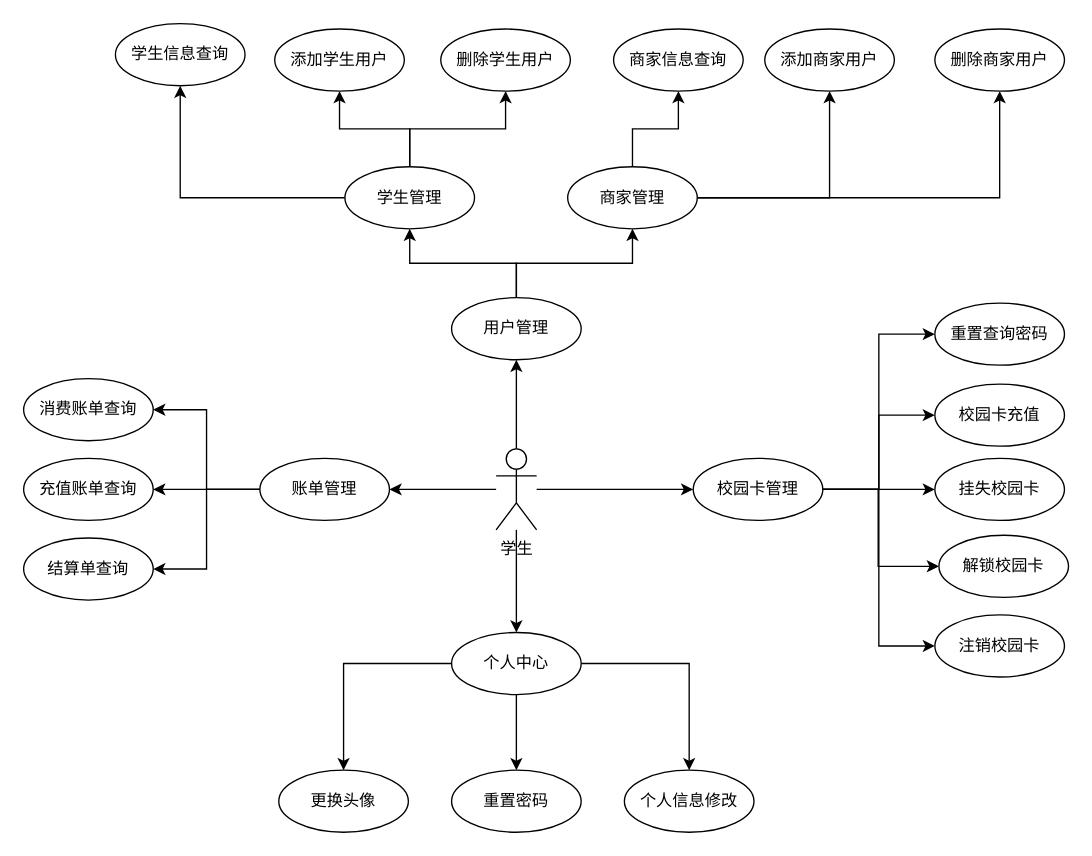
ShiaoYoung/Database-course_design keeps this draw.io diagram as ER-Charts/用例图-学生.drawio. Above is the earlier version. Source tidied: cells renumbered, new cells numbered last; positions are measured from the earlier drawing's top-left corner, leaving out a move shared by most shapes. Both pictures are drawn from the tidied source at 135%, with x=0, y=0 at pixel (23, 23).
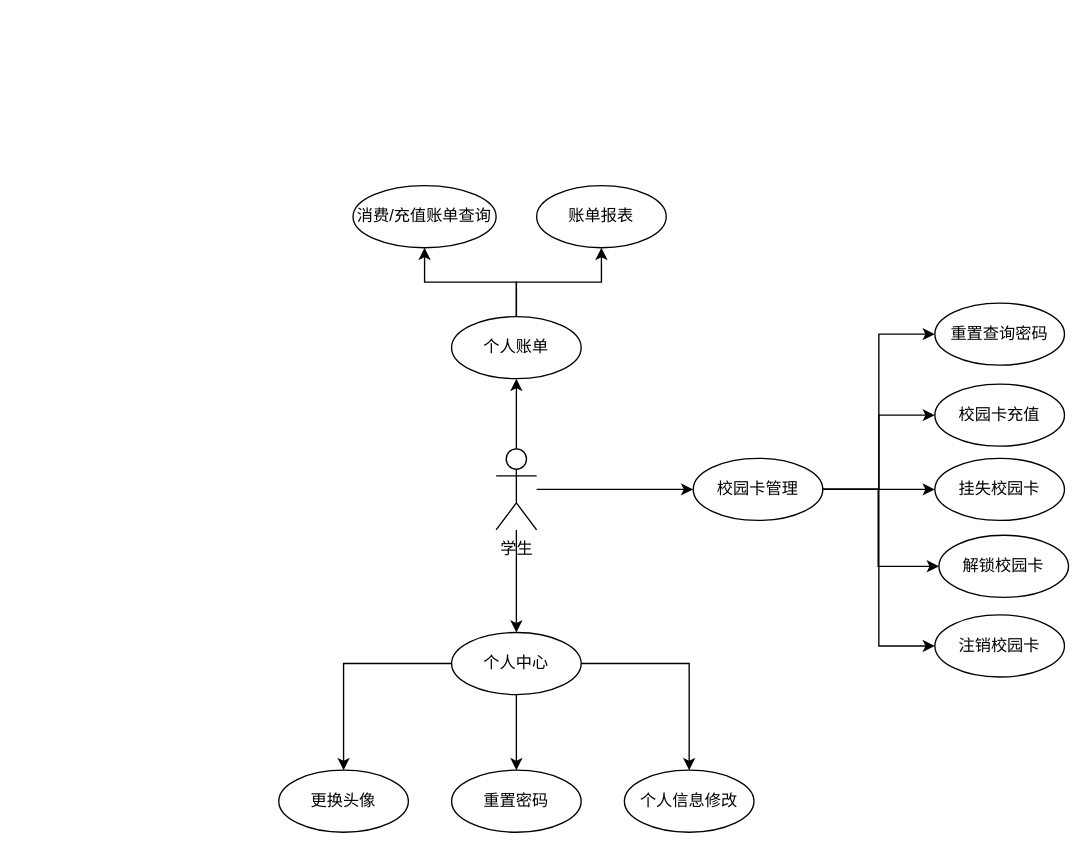
After the change.

Commit message (it also covers changes not shown here):
更新用例图-学生.drawio

Unchanged cells that the change refers to:
```xml
<mxCell id="6" value="学生" style="shape=umlActor;verticalLabelPosition=bottom;verticalAlign=top;html=1;outlineConnect=0;" parent="1" vertex="1">
  <mxGeometry x="350" y="315" width="30" height="60" as="geometry" />
</mxCell>
<mxCell id="46" value="个人中心" style="ellipse;whiteSpace=wrap;html=1;" parent="1" vertex="1">
  <mxGeometry x="317" y="451" width="96" height="46" as="geometry" />
</mxCell>
```

The edit, as a diff of the source:
```diff
@@
-    <mxCell id="3" style="edgeStyle=orthogonalEdgeStyle;rounded=0;jettySize=auto;html=1;entryX=0.5;entryY=1;entryDx=0;entryDy=0;" parent="1" edge="1" source="6" target="9">
-      <mxGeometry relative="1" as="geometry" />
-    </mxCell>
+    <mxCell id="5" style="edgeStyle=orthogonalEdgeStyle;rounded=0;jettySize=auto;html=1;entryX=0.5;entryY=0;entryDx=0;entryDy=0;" parent="1" edge="1" source="6" target="46">
+      <mxGeometry relative="1" as="geometry" />
+    </mxCell>
-    <mxCell id="4" style="edgeStyle=orthogonalEdgeStyle;rounded=0;jettySize=auto;html=1;entryX=1;entryY=0.5;entryDx=0;entryDy=0;" parent="1" edge="1" source="6" target="27">
+    <mxCell id="4" style="edgeStyle=orthogonalEdgeStyle;rounded=0;jettySize=auto;html=1;entryX=0.5;entryY=1;entryDx=0;entryDy=0;" parent="1" edge="1" source="6" target="27">
       <mxGeometry relative="1" as="geometry" />
     </mxCell>
-    <mxCell id="5" style="edgeStyle=orthogonalEdgeStyle;rounded=0;jettySize=auto;html=1;entryX=0.5;entryY=0;entryDx=0;entryDy=0;" parent="1" edge="1" source="6" target="46">
-      <mxGeometry relative="1" as="geometry" />
-    </mxCell>
@@
-    <mxCell id="7" style="edgeStyle=orthogonalEdgeStyle;rounded=0;jettySize=auto;html=1;entryX=0.5;entryY=1;entryDx=0;entryDy=0;" parent="1" edge="1" source="9" target="13">
-      <mxGeometry relative="1" as="geometry" />
-    </mxCell>
-    <mxCell id="8" style="edgeStyle=orthogonalEdgeStyle;rounded=0;jettySize=auto;html=1;entryX=0.5;entryY=1;entryDx=0;entryDy=0;" parent="1" edge="1" source="9" target="17">
-      <mxGeometry relative="1" as="geometry" />
-    </mxCell>
-    <mxCell id="9" value="用户管理" style="ellipse;whiteSpace=wrap;html=1;" parent="1" vertex="1">
-      <mxGeometry x="317" y="203" width="96" height="46" as="geometry" />
-    </mxCell>
-    <mxCell id="10" style="edgeStyle=orthogonalEdgeStyle;rounded=0;jettySize=auto;html=1;entryX=0.5;entryY=1;entryDx=0;entryDy=0;" parent="1" edge="1" source="13" target="36">
-      <mxGeometry relative="1" as="geometry" />
-    </mxCell>
-    <mxCell id="11" style="edgeStyle=orthogonalEdgeStyle;rounded=0;jettySize=auto;html=1;entryX=0.5;entryY=1;entryDx=0;entryDy=0;" parent="1" edge="1" source="13" target="37">
-      <mxGeometry relative="1" as="geometry" />
-    </mxCell>
-    <mxCell id="12" style="edgeStyle=orthogonalEdgeStyle;rounded=0;jettySize=auto;html=1;entryX=0.5;entryY=1;entryDx=0;entryDy=0;" parent="1" edge="1" source="13" target="38">
-      <mxGeometry relative="1" as="geometry" />
-    </mxCell>
-    <mxCell id="13" value="学生管理" style="ellipse;whiteSpace=wrap;html=1;" parent="1" vertex="1">
-      <mxGeometry x="238" y="106" width="96" height="46" as="geometry" />
-    </mxCell>
-    <mxCell id="14" style="edgeStyle=orthogonalEdgeStyle;rounded=0;jettySize=auto;html=1;entryX=0.5;entryY=1;entryDx=0;entryDy=0;" parent="1" edge="1" source="17" target="39">
-      <mxGeometry relative="1" as="geometry" />
-    </mxCell>
-    <mxCell id="15" style="edgeStyle=orthogonalEdgeStyle;rounded=0;jettySize=auto;html=1;entryX=0.5;entryY=1;entryDx=0;entryDy=0;" parent="1" edge="1" source="17" target="40">
-      <mxGeometry relative="1" as="geometry" />
-    </mxCell>
-    <mxCell id="16" style="edgeStyle=orthogonalEdgeStyle;rounded=0;jettySize=auto;html=1;entryX=0.5;entryY=1;entryDx=0;entryDy=0;" parent="1" edge="1" source="17" target="41">
-      <mxGeometry relative="1" as="geometry" />
-    </mxCell>
-    <mxCell id="17" value="商家管理" style="ellipse;whiteSpace=wrap;html=1;" parent="1" vertex="1">
-      <mxGeometry x="403" y="106" width="96" height="46" as="geometry" />
-    </mxCell>
@@
-    <mxCell id="24" style="edgeStyle=orthogonalEdgeStyle;rounded=0;jettySize=auto;html=1;entryX=1;entryY=0.5;entryDx=0;entryDy=0;" parent="1" edge="1" source="27" target="28">
+    <mxCell id="24" style="edgeStyle=orthogonalEdgeStyle;rounded=0;jettySize=auto;html=1;entryX=0.5;entryY=1;entryDx=0;entryDy=0;" parent="1" edge="1" source="27" target="28">
       <mxGeometry relative="1" as="geometry" />
     </mxCell>
-    <mxCell id="25" style="edgeStyle=orthogonalEdgeStyle;rounded=0;jettySize=auto;html=1;entryX=1;entryY=0.5;entryDx=0;entryDy=0;" parent="1" edge="1" source="27" target="29">
+    <mxCell id="25" style="edgeStyle=orthogonalEdgeStyle;rounded=0;jettySize=auto;html=1;entryX=0.5;entryY=1;entryDx=0;entryDy=0;" parent="1" edge="1" source="27" target="29">
       <mxGeometry relative="1" as="geometry" />
     </mxCell>
-    <mxCell id="26" style="edgeStyle=orthogonalEdgeStyle;rounded=0;jettySize=auto;html=1;entryX=1;entryY=0.5;entryDx=0;entryDy=0;" parent="1" edge="1" source="27" target="30">
-      <mxGeometry relative="1" as="geometry" />
-    </mxCell>
-    <mxCell id="27" value="账单管理" style="ellipse;whiteSpace=wrap;html=1;" parent="1" vertex="1">
-      <mxGeometry x="175" y="322" width="96" height="46" as="geometry" />
+    <mxCell id="27" value="个人账单" style="ellipse;whiteSpace=wrap;html=1;" parent="1" vertex="1">
+      <mxGeometry x="317" y="217" width="96" height="46" as="geometry" />
     </mxCell>
-    <mxCell id="28" value="消费账单查询" style="ellipse;whiteSpace=wrap;html=1;" parent="1" vertex="1">
-      <mxGeometry y="263" width="96" height="46" as="geometry" />
+    <mxCell id="28" value="消费/充值账单查询" style="ellipse;whiteSpace=wrap;html=1;" parent="1" vertex="1">
+      <mxGeometry x="244" y="120" width="106" height="46" as="geometry" />
     </mxCell>
-    <mxCell id="29" value="充值账单查询" style="ellipse;whiteSpace=wrap;html=1;" parent="1" vertex="1">
-      <mxGeometry y="322" width="96" height="46" as="geometry" />
+    <mxCell id="29" value="账单报表" style="ellipse;whiteSpace=wrap;html=1;" parent="1" vertex="1">
+      <mxGeometry x="380" y="120" width="96" height="46" as="geometry" />
     </mxCell>
-    <mxCell id="30" value="结算单查询" style="ellipse;whiteSpace=wrap;html=1;" parent="1" vertex="1">
-      <mxGeometry y="381" width="96" height="46" as="geometry" />
-    </mxCell>
@@
-    <mxCell id="36" value="学生信息查询" style="ellipse;whiteSpace=wrap;html=1;" parent="1" vertex="1">
-      <mxGeometry x="68" width="96" height="46" as="geometry" />
-    </mxCell>
-    <mxCell id="37" value="添加学生用户" style="ellipse;whiteSpace=wrap;html=1;" parent="1" vertex="1">
-      <mxGeometry x="186" y="4" width="96" height="46" as="geometry" />
-    </mxCell>
-    <mxCell id="38" value="删除学生用户" style="ellipse;whiteSpace=wrap;html=1;" parent="1" vertex="1">
-      <mxGeometry x="309" y="4" width="96" height="46" as="geometry" />
-    </mxCell>
-    <mxCell id="39" value="商家信息查询" style="ellipse;whiteSpace=wrap;html=1;" parent="1" vertex="1">
-      <mxGeometry x="437" y="4" width="96" height="46" as="geometry" />
-    </mxCell>
-    <mxCell id="40" value="添加商家用户" style="ellipse;whiteSpace=wrap;html=1;" parent="1" vertex="1">
-      <mxGeometry x="549" y="4" width="96" height="46" as="geometry" />
-    </mxCell>
-    <mxCell id="41" value="删除商家用户" style="ellipse;whiteSpace=wrap;html=1;" parent="1" vertex="1">
-      <mxGeometry x="675" y="4" width="96" height="46" as="geometry" />
-    </mxCell>
```
